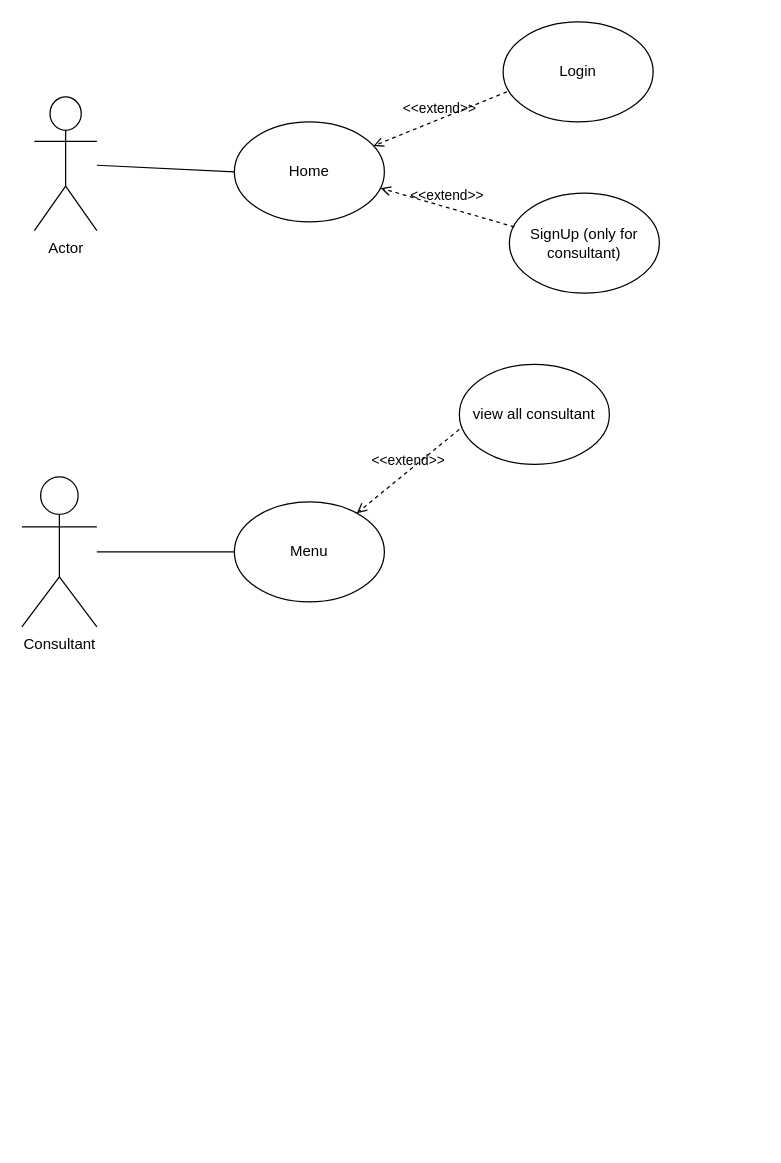
Above: Diagrams/UseCases.drawio in magitcian/EPFC_Online-cv-management (draw.io), before the change. Source tidied: cells renumbered, new cells numbered last; positions are measured from the earlier drawing's top-left corner, leaving out a move shared by most shapes. Both pictures are drawn from the tidied source at 125%, with x=0, y=0 at pixel (21, 21).
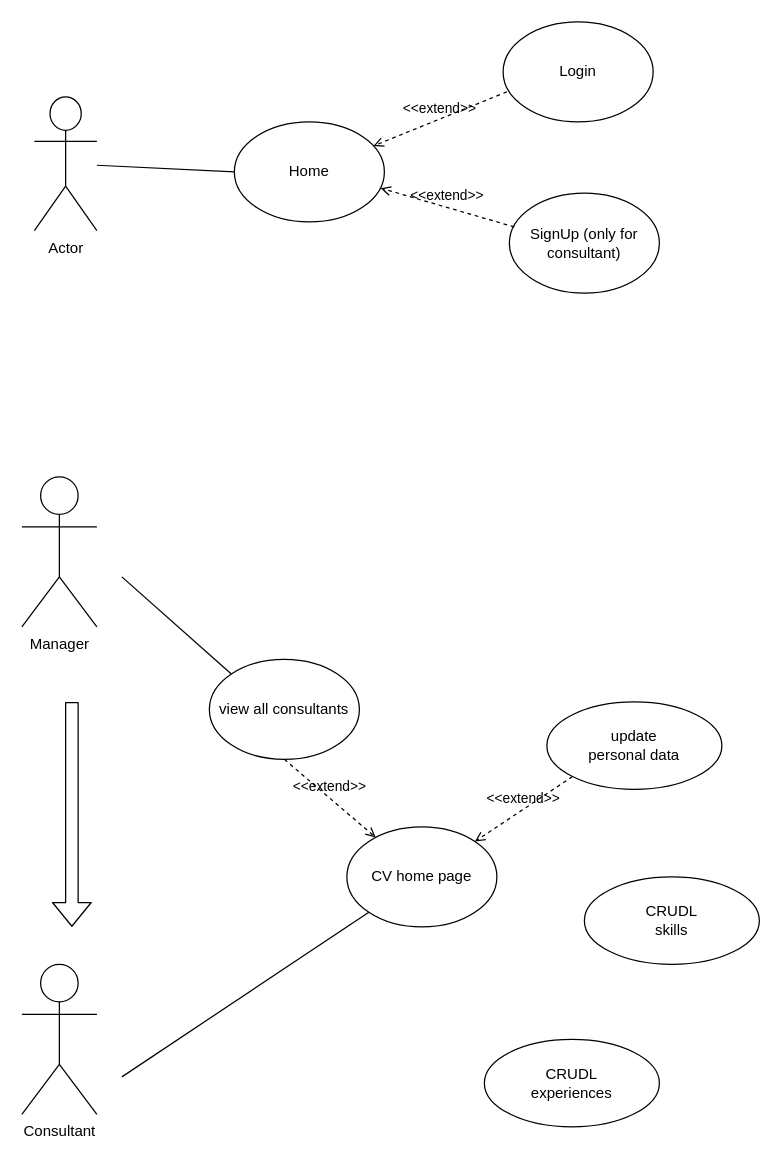
Above is the later version.

Change to the diagram source:
```diff
@@
-    <mxCell id="6" value="Consultant" style="shape=umlActor;verticalLabelPosition=bottom;verticalAlign=top;html=1;outlineConnect=0;" parent="1" vertex="1">
+    <mxCell id="6" value="Manager" style="shape=umlActor;verticalLabelPosition=bottom;verticalAlign=top;html=1;outlineConnect=0;" parent="1" vertex="1">
       <mxGeometry y="364" width="60" height="120" as="geometry" />
     </mxCell>
-    <mxCell id="7" value="Menu" style="ellipse;whiteSpace=wrap;html=1;" parent="1" vertex="1">
-      <mxGeometry x="170" y="384" width="120" height="80" as="geometry" />
+    <mxCell id="7" value="CV home page" style="ellipse;whiteSpace=wrap;html=1;" parent="1" vertex="1">
+      <mxGeometry x="260" y="644" width="120" height="80" as="geometry" />
     </mxCell>
@@
-    <mxCell id="9" style="endArrow=none;html=1;rounded=0;entryX=0;entryY=0.5;entryDx=0;entryDy=0;" parent="1" edge="1" source="6" target="7">
-      <mxGeometry relative="1" as="geometry" />
+    <mxCell id="9" style="endArrow=none;html=1;rounded=0;entryX=0;entryY=1;entryDx=0;entryDy=0;" parent="1" edge="1" target="7">
+      <mxGeometry relative="1" as="geometry">
+        <mxPoint x="80" y="844" as="sourcePoint" />
+      </mxGeometry>
     </mxCell>
-    <mxCell id="10" value="view all consultant" style="ellipse;whiteSpace=wrap;html=1;" parent="1" vertex="1">
-      <mxGeometry x="350" y="274" width="120" height="80" as="geometry" />
+    <mxCell id="10" value="view all consultants" style="ellipse;whiteSpace=wrap;html=1;" parent="1" vertex="1">
+      <mxGeometry x="150" y="510" width="120" height="80" as="geometry" />
     </mxCell>
@@
-    <mxCell id="13" value="&amp;lt;&amp;lt;extend&amp;gt;&amp;gt;" style="html=1;verticalAlign=bottom;labelBackgroundColor=none;endArrow=open;endFill=0;dashed=1;rounded=0;exitX=0;exitY=0.65;exitDx=0;exitDy=0;exitPerimeter=0;" parent="1" edge="1" source="10" target="7">
+    <mxCell id="13" value="&amp;lt;&amp;lt;extend&amp;gt;&amp;gt;" style="html=1;verticalAlign=bottom;labelBackgroundColor=none;endArrow=open;endFill=0;dashed=1;rounded=0;exitX=0.5;exitY=1;exitDx=0;exitDy=0;" parent="1" edge="1" source="10" target="7">
       <mxGeometry relative="1" as="geometry" />
     </mxCell>
+    <mxCell id="14" value="Consultant" style="shape=umlActor;verticalLabelPosition=bottom;verticalAlign=top;html=1;" parent="1" vertex="1">
+      <mxGeometry y="754" width="60" height="120" as="geometry" />
+    </mxCell>
+    <mxCell id="15" style="endArrow=classic;html=1;shape=flexArrow;" parent="1" edge="1">
+      <mxGeometry relative="1" as="geometry">
+        <mxPoint x="40" y="544" as="sourcePoint" />
+        <mxPoint x="40" y="724" as="targetPoint" />
+      </mxGeometry>
+    </mxCell>
+    <mxCell id="16" style="endArrow=none;html=1;entryX=0;entryY=0;entryDx=0;entryDy=0;" parent="1" edge="1" target="10">
+      <mxGeometry relative="1" as="geometry">
+        <mxPoint x="80" y="444" as="sourcePoint" />
+      </mxGeometry>
+    </mxCell>
+    <mxCell id="17" value="&lt;div&gt;update&lt;/div&gt;&lt;div&gt;personal data&lt;/div&gt;" style="ellipse;whiteSpace=wrap;html=1;" parent="1" vertex="1">
+      <mxGeometry x="420" y="544" width="140" height="70" as="geometry" />
+    </mxCell>
+    <mxCell id="18" value="&amp;lt;&amp;lt;extend&amp;gt;&amp;gt;" style="html=1;verticalAlign=bottom;labelBackgroundColor=none;endArrow=open;endFill=0;dashed=1;rounded=0;exitX=0;exitY=1;exitDx=0;exitDy=0;entryX=1;entryY=0;entryDx=0;entryDy=0;" parent="1" edge="1" source="17" target="7">
+      <mxGeometry relative="1" as="geometry" />
+    </mxCell>
+    <mxCell id="19" value="&lt;div&gt;CRUDL&lt;/div&gt;&lt;div&gt; skills&lt;/div&gt;" style="ellipse;whiteSpace=wrap;html=1;" parent="1" vertex="1">
+      <mxGeometry x="450" y="684" width="140" height="70" as="geometry" />
+    </mxCell>
+    <mxCell id="20" value="&lt;div&gt;CRUDL&lt;/div&gt;&lt;div&gt;experiences&lt;/div&gt;" style="ellipse;whiteSpace=wrap;html=1;" parent="1" vertex="1">
+      <mxGeometry x="370" y="814" width="140" height="70" as="geometry" />
+    </mxCell>
```
